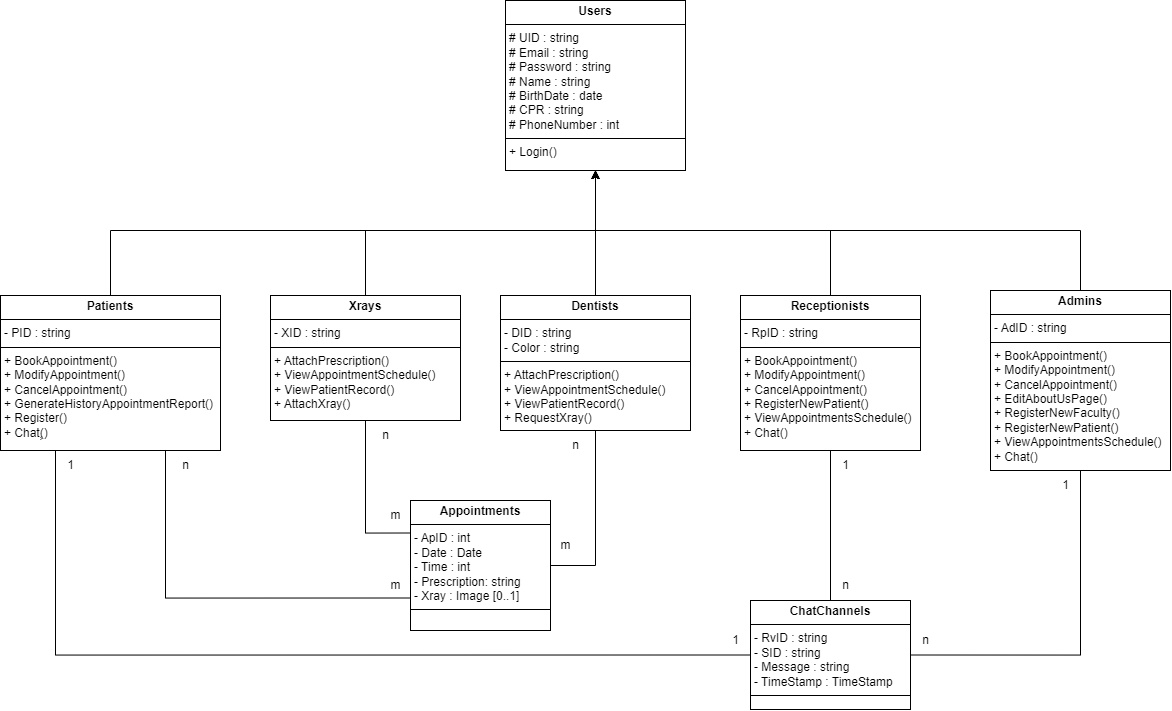
Before: Design/Class Diagram.png, a diagram exported from draw.io (MohamedIsa/Dental-Clinic-System). Source tidied: cells renumbered, new cells last; positions are measured from the earlier drawing's top-left corner, leaving out a move shared by most shapes.
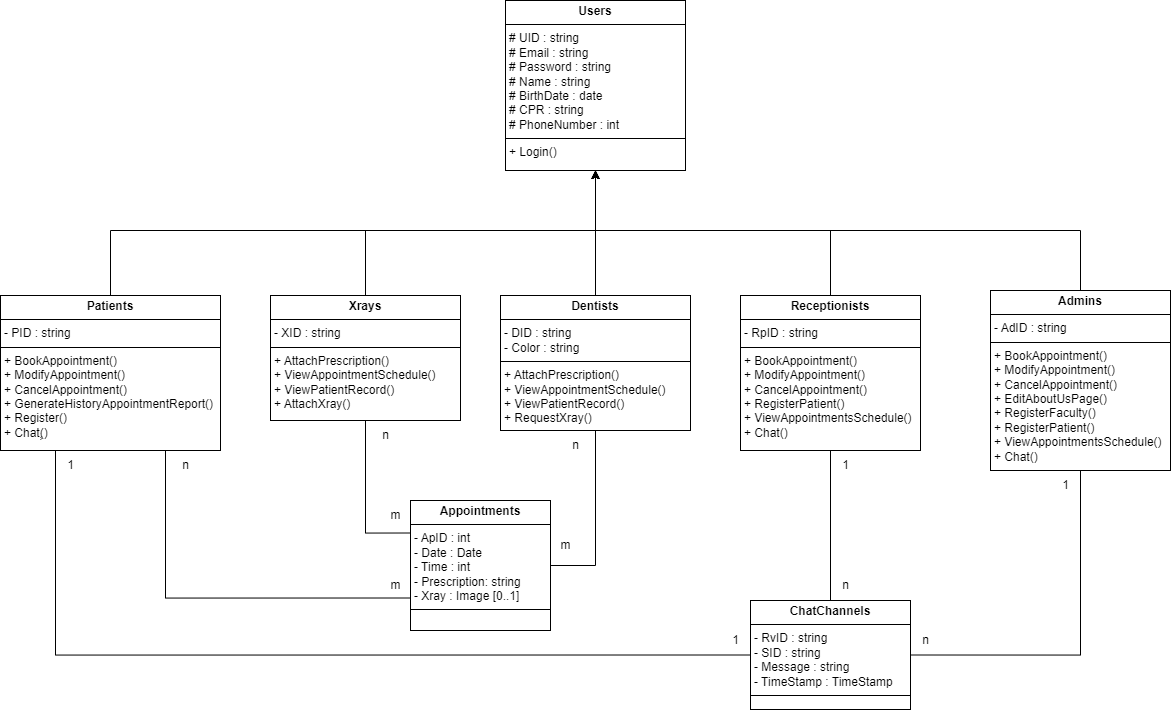
After the change.

Change to the diagram source:
```diff
@@ -30,7 +30,7 @@
         </Array>
       </mxGeometry>
     </mxCell>
-    <mxCell id="8" value="&lt;p style=&quot;margin:0px;margin-top:4px;text-align:center;&quot;&gt;&lt;b&gt;Admins&lt;/b&gt;&lt;br&gt;&lt;/p&gt;&lt;hr size=&quot;1&quot; style=&quot;border-style:solid;&quot;&gt;&lt;p style=&quot;margin: 0px 0px 0px 4px;&quot;&gt;- AdID : string&lt;br&gt;&lt;/p&gt;&lt;hr size=&quot;1&quot; style=&quot;border-style:solid;&quot;&gt;&lt;p style=&quot;margin:0px;margin-left:4px;&quot;&gt;+ BookAppointment()&lt;span style=&quot;background-color: initial;&quot;&gt;&lt;br&gt;&lt;/span&gt;&lt;/p&gt;&lt;p style=&quot;margin:0px;margin-left:4px;&quot;&gt;+ ModifyAppointment()&lt;/p&gt;&lt;p style=&quot;margin:0px;margin-left:4px;&quot;&gt;&lt;span style=&quot;background-color: initial;&quot;&gt;+ CancelAppointment()&lt;/span&gt;&lt;/p&gt;&lt;p style=&quot;margin:0px;margin-left:4px;&quot;&gt;+ EditAboutUsPage()&lt;/p&gt;&lt;p style=&quot;margin:0px;margin-left:4px;&quot;&gt;+ RegisterNewFaculty()&lt;/p&gt;&lt;p style=&quot;margin:0px;margin-left:4px;&quot;&gt;+ RegisterNewPatient()&lt;br&gt;&lt;/p&gt;&lt;p style=&quot;margin:0px;margin-left:4px;&quot;&gt;+ ViewAppointmentsSchedule()&lt;/p&gt;&lt;p style=&quot;margin:0px;margin-left:4px;&quot;&gt;+ Chat()&lt;/p&gt;" style="verticalAlign=top;align=left;overflow=fill;html=1;whiteSpace=wrap;" parent="1" vertex="1">
+    <mxCell id="8" value="&lt;p style=&quot;margin:0px;margin-top:4px;text-align:center;&quot;&gt;&lt;b&gt;Admins&lt;/b&gt;&lt;br&gt;&lt;/p&gt;&lt;hr size=&quot;1&quot; style=&quot;border-style:solid;&quot;&gt;&lt;p style=&quot;margin: 0px 0px 0px 4px;&quot;&gt;- AdID : string&lt;br&gt;&lt;/p&gt;&lt;hr size=&quot;1&quot; style=&quot;border-style:solid;&quot;&gt;&lt;p style=&quot;margin:0px;margin-left:4px;&quot;&gt;+ BookAppointment()&lt;span style=&quot;background-color: initial;&quot;&gt;&lt;br&gt;&lt;/span&gt;&lt;/p&gt;&lt;p style=&quot;margin:0px;margin-left:4px;&quot;&gt;+ ModifyAppointment()&lt;/p&gt;&lt;p style=&quot;margin:0px;margin-left:4px;&quot;&gt;&lt;span style=&quot;background-color: initial;&quot;&gt;+ CancelAppointment()&lt;/span&gt;&lt;/p&gt;&lt;p style=&quot;margin:0px;margin-left:4px;&quot;&gt;+ EditAboutUsPage()&lt;/p&gt;&lt;p style=&quot;margin:0px;margin-left:4px;&quot;&gt;+ RegisterFaculty()&lt;/p&gt;&lt;p style=&quot;margin:0px;margin-left:4px;&quot;&gt;+ RegisterPatient()&lt;br&gt;&lt;/p&gt;&lt;p style=&quot;margin:0px;margin-left:4px;&quot;&gt;+ ViewAppointmentsSchedule()&lt;/p&gt;&lt;p style=&quot;margin:0px;margin-left:4px;&quot;&gt;+ Chat()&lt;/p&gt;" style="verticalAlign=top;align=left;overflow=fill;html=1;whiteSpace=wrap;" parent="1" vertex="1">
       <mxGeometry x="990" y="290" width="180" height="180" as="geometry" />
     </mxCell>
     <mxCell id="9" value="&lt;p style=&quot;margin:0px;margin-top:4px;text-align:center;&quot;&gt;&lt;b&gt;Appointments&lt;/b&gt;&lt;/p&gt;&lt;hr size=&quot;1&quot; style=&quot;border-style:solid;&quot;&gt;&lt;p style=&quot;margin:0px;margin-left:4px;&quot;&gt;- ApID : int&lt;/p&gt;&lt;p style=&quot;margin:0px;margin-left:4px;&quot;&gt;- Date : Date&lt;/p&gt;&lt;p style=&quot;margin:0px;margin-left:4px;&quot;&gt;- Time : int&lt;/p&gt;&lt;p style=&quot;margin: 0px 0px 0px 4px;&quot;&gt;- Prescription: string&lt;/p&gt;&lt;p style=&quot;margin: 0px 0px 0px 4px;&quot;&gt;&lt;span style=&quot;background-color: initial;&quot;&gt;- Xray : Image [0..1]&lt;/span&gt;&lt;/p&gt;&lt;hr size=&quot;1&quot; style=&quot;border-style:solid;&quot;&gt;&lt;p style=&quot;margin:0px;margin-left:4px;&quot;&gt;&lt;br&gt;&lt;/p&gt;" style="verticalAlign=top;align=left;overflow=fill;html=1;whiteSpace=wrap;" parent="1" vertex="1">
@@ -44,7 +44,7 @@
         </Array>
       </mxGeometry>
     </mxCell>
-    <mxCell id="11" value="&lt;p style=&quot;margin:0px;margin-top:4px;text-align:center;&quot;&gt;&lt;b&gt;Receptionists&lt;/b&gt;&lt;br&gt;&lt;/p&gt;&lt;hr size=&quot;1&quot; style=&quot;border-style:solid;&quot;&gt;&lt;p style=&quot;margin: 0px 0px 0px 4px;&quot;&gt;- RpID : string&lt;br&gt;&lt;/p&gt;&lt;hr size=&quot;1&quot; style=&quot;border-style:solid;&quot;&gt;&lt;p style=&quot;margin: 0px 0px 0px 4px;&quot;&gt;+ BookAppointment()&lt;span style=&quot;background-color: initial;&quot;&gt;&lt;br&gt;&lt;/span&gt;&lt;/p&gt;&lt;p style=&quot;margin: 0px 0px 0px 4px;&quot;&gt;+ ModifyAppointment()&lt;/p&gt;&lt;p style=&quot;margin: 0px 0px 0px 4px;&quot;&gt;&lt;span style=&quot;background-color: initial;&quot;&gt;+ CancelAppointment()&lt;/span&gt;&lt;/p&gt;&lt;p style=&quot;margin: 0px 0px 0px 4px;&quot;&gt;+ RegisterNewPatient()&lt;br&gt;&lt;/p&gt;&lt;p style=&quot;margin: 0px 0px 0px 4px;&quot;&gt;+ ViewAppointmentsSchedule()&lt;br&gt;&lt;/p&gt;&lt;p style=&quot;margin: 0px 0px 0px 4px;&quot;&gt;+ Chat()&lt;/p&gt;" style="verticalAlign=top;align=left;overflow=fill;html=1;whiteSpace=wrap;" parent="1" vertex="1">
+    <mxCell id="11" value="&lt;p style=&quot;margin:0px;margin-top:4px;text-align:center;&quot;&gt;&lt;b&gt;Receptionists&lt;/b&gt;&lt;br&gt;&lt;/p&gt;&lt;hr size=&quot;1&quot; style=&quot;border-style:solid;&quot;&gt;&lt;p style=&quot;margin: 0px 0px 0px 4px;&quot;&gt;- RpID : string&lt;br&gt;&lt;/p&gt;&lt;hr size=&quot;1&quot; style=&quot;border-style:solid;&quot;&gt;&lt;p style=&quot;margin: 0px 0px 0px 4px;&quot;&gt;+ BookAppointment()&lt;span style=&quot;background-color: initial;&quot;&gt;&lt;br&gt;&lt;/span&gt;&lt;/p&gt;&lt;p style=&quot;margin: 0px 0px 0px 4px;&quot;&gt;+ ModifyAppointment()&lt;/p&gt;&lt;p style=&quot;margin: 0px 0px 0px 4px;&quot;&gt;&lt;span style=&quot;background-color: initial;&quot;&gt;+ CancelAppointment()&lt;/span&gt;&lt;/p&gt;&lt;p style=&quot;margin: 0px 0px 0px 4px;&quot;&gt;+ RegisterPatient()&lt;br&gt;&lt;/p&gt;&lt;p style=&quot;margin: 0px 0px 0px 4px;&quot;&gt;+ ViewAppointmentsSchedule()&lt;br&gt;&lt;/p&gt;&lt;p style=&quot;margin: 0px 0px 0px 4px;&quot;&gt;+ Chat()&lt;/p&gt;" style="verticalAlign=top;align=left;overflow=fill;html=1;whiteSpace=wrap;" parent="1" vertex="1">
       <mxGeometry x="740" y="295" width="180" height="155" as="geometry" />
     </mxCell>
     <mxCell id="12" value="&lt;p style=&quot;margin:0px;margin-top:4px;text-align:center;&quot;&gt;&lt;b&gt;ChatChannels&lt;/b&gt;&lt;/p&gt;&lt;hr size=&quot;1&quot; style=&quot;border-style:solid;&quot;&gt;&lt;p style=&quot;margin:0px;margin-left:4px;&quot;&gt;- RvID : string&lt;/p&gt;&lt;p style=&quot;margin:0px;margin-left:4px;&quot;&gt;- SID : string&lt;br&gt;&lt;/p&gt;&lt;p style=&quot;margin:0px;margin-left:4px;&quot;&gt;- Message : string&lt;/p&gt;&lt;p style=&quot;margin:0px;margin-left:4px;&quot;&gt;- TimeStamp : TimeStamp&lt;/p&gt;&lt;hr size=&quot;1&quot; style=&quot;border-style:solid;&quot;&gt;&lt;p style=&quot;margin:0px;margin-left:4px;&quot;&gt;&lt;br&gt;&lt;/p&gt;&lt;p style=&quot;margin:0px;margin-left:4px;&quot;&gt;&lt;br&gt;&lt;/p&gt;" style="verticalAlign=top;align=left;overflow=fill;html=1;whiteSpace=wrap;" parent="1" vertex="1">
```
